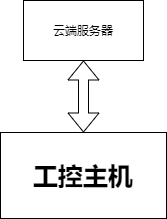
Before: wuliu.png, a diagram exported from draw.io (RightTriangle/RightTriangle.github.io). Source tidied: cells renumbered, new cells last; positions are measured from the earlier drawing's top-left corner, leaving out a move shared by most shapes.
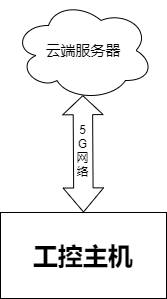
The same diagram one commit later.

The edit, as a diff of the source:
```diff
@@ -5,11 +5,16 @@
     <mxCell id="2" value="&lt;b&gt;&lt;font style=&quot;font-size: 25px&quot;&gt;工控主机&lt;/font&gt;&lt;/b&gt;" style="rounded=0;whiteSpace=wrap;html=1;" parent="1" vertex="1">
       <mxGeometry y="132" width="166" height="86" as="geometry" />
     </mxCell>
-    <mxCell id="3" style="shape=flexArrow;endArrow=classic;startArrow=classic;html=1;exitX=0.5;exitY=0;exitDx=0;exitDy=0;" parent="1" edge="1" source="2" target="4">
+    <mxCell id="3" style="shape=flexArrow;endArrow=classic;startArrow=classic;html=1;exitX=0.5;exitY=0;exitDx=0;exitDy=0;entryX=0.495;entryY=0.947;entryDx=0;entryDy=0;entryPerimeter=0;width=19.428571428571427;startSize=7.685714285714285;" parent="1" edge="1" source="2" target="4">
       <mxGeometry relative="1" as="geometry" />
     </mxCell>
+    <mxCell id="5" value="5&lt;br&gt;G&lt;br&gt;网&lt;br&gt;络" style="edgeLabel;html=1;align=center;verticalAlign=middle;" parent="3" vertex="1">
+      <mxGeometry x="0.19" y="1" relative="1" as="geometry">
+        <mxPoint x="0.4" y="7.7" as="offset" />
+      </mxGeometry>
+    </mxCell>
-    <mxCell id="4" value="云端服务器" style="rounded=0;whiteSpace=wrap;html=1;" parent="1" vertex="1">
-      <mxGeometry x="23" width="120" height="60" as="geometry" />
+    <mxCell id="4" value="&lt;font style=&quot;font-size: 15px&quot;&gt;云端服务器&lt;/font&gt;" style="ellipse;shape=cloud;whiteSpace=wrap;html=1;" parent="1" vertex="1">
+      <mxGeometry x="13" y="-80" width="140" height="100" as="geometry" />
     </mxCell>
   </root>
 </mxGraphModel>
```
